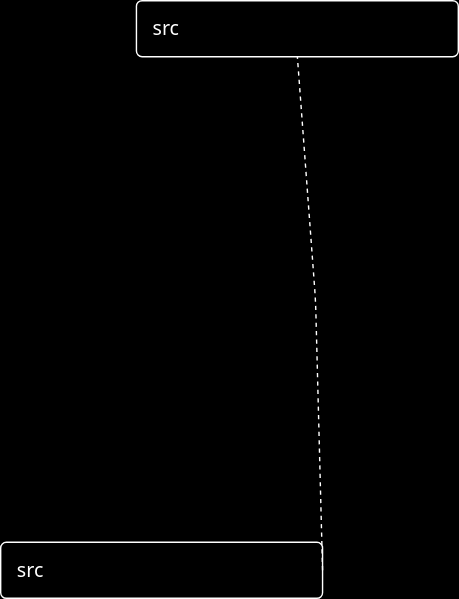
Earlier version of the draw.io export github.drawio.svg (rohanrehman/labs.tokyo.jp). Source tidied: cells renumbered, new cells last; positions are measured from the earlier drawing's top-left corner, leaving out a move shared by most shapes.
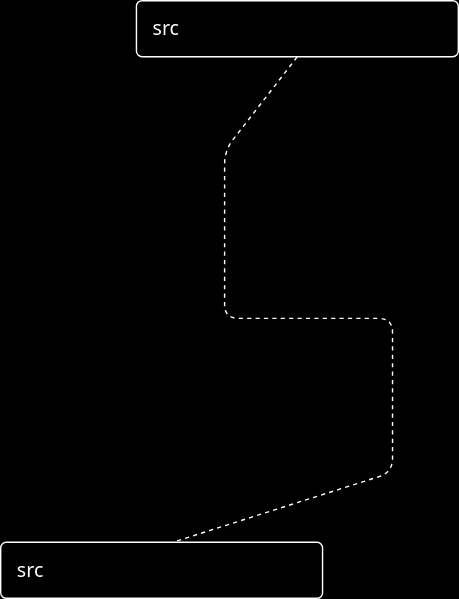
The same file after the commit.

Diff of the diagram source:
```diff
@@ -5,10 +5,13 @@
     <mxCell id="2" value="src" style="shape=ext;double=0;rounded=1;whiteSpace=wrap;html=1;arcSize=10;glass=0;align=left;fontFamily=Noto Sans;fontSource=https%3A%2F%2Ffonts.googleapis.com%2Fcss%3Ffamily%3DNoto%2BSans;fontSize=14;spacingLeft=10;margin=0;strokeColor=#FFFFFF;fillColor=none;fontColor=#FFFFFF;" parent="1" vertex="1">
       <mxGeometry y="387" width="230" height="40" as="geometry" />
     </mxCell>
-    <mxCell id="3" style="endArrow=none;dashed=1;html=1;rounded=1;exitX=1;exitY=0.5;exitDx=0;exitDy=0;flowAnimation=0;curved=0;strokeColor=#FFFFFF;entryX=0.5;entryY=1;entryDx=0;entryDy=0;" parent="1" edge="1" source="2" target="4">
+    <mxCell id="3" style="endArrow=none;dashed=1;html=1;rounded=1;exitX=0.548;exitY=-0.025;exitDx=0;exitDy=0;flowAnimation=0;curved=0;strokeColor=#FFFFFF;entryX=0.5;entryY=1;entryDx=0;entryDy=0;exitPerimeter=0;" parent="1" edge="1" source="2" target="4">
       <mxGeometry relative="1" as="geometry">
         <Array as="points">
-          <mxPoint x="225" y="214" />
+          <mxPoint x="280" y="337" />
+          <mxPoint x="280" y="227" />
+          <mxPoint x="160" y="227" />
+          <mxPoint x="160" y="107" />
         </Array>
       </mxGeometry>
     </mxCell>
```
